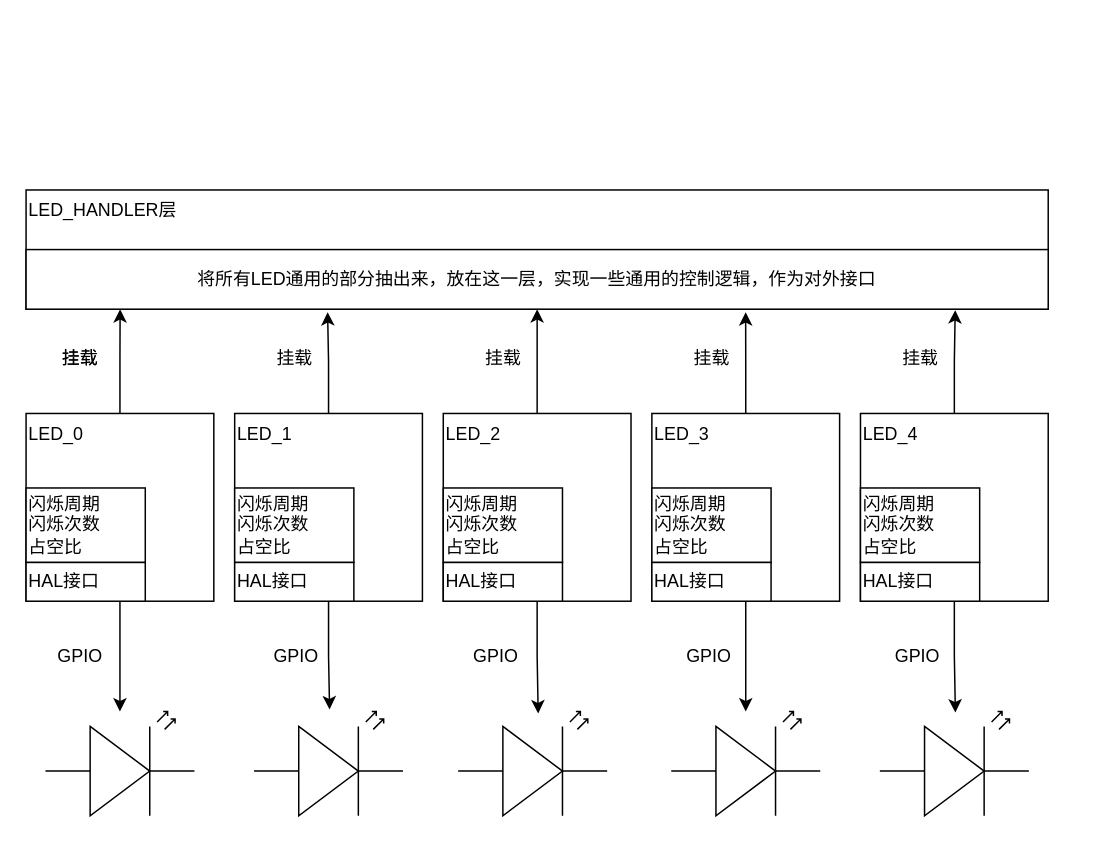
Durian-boy/MCU-RTOS_homework keeps this draw.io diagram as 01_Reference/01_Docs/LED.drawio. Above is the earlier version. Source tidied: cells renumbered, new cells numbered last; positions are measured from the earlier drawing's top-left corner, leaving out a move shared by most shapes. Both pictures are drawn from the tidied source at 149%, with x=0, y=0 at pixel (25, 189).
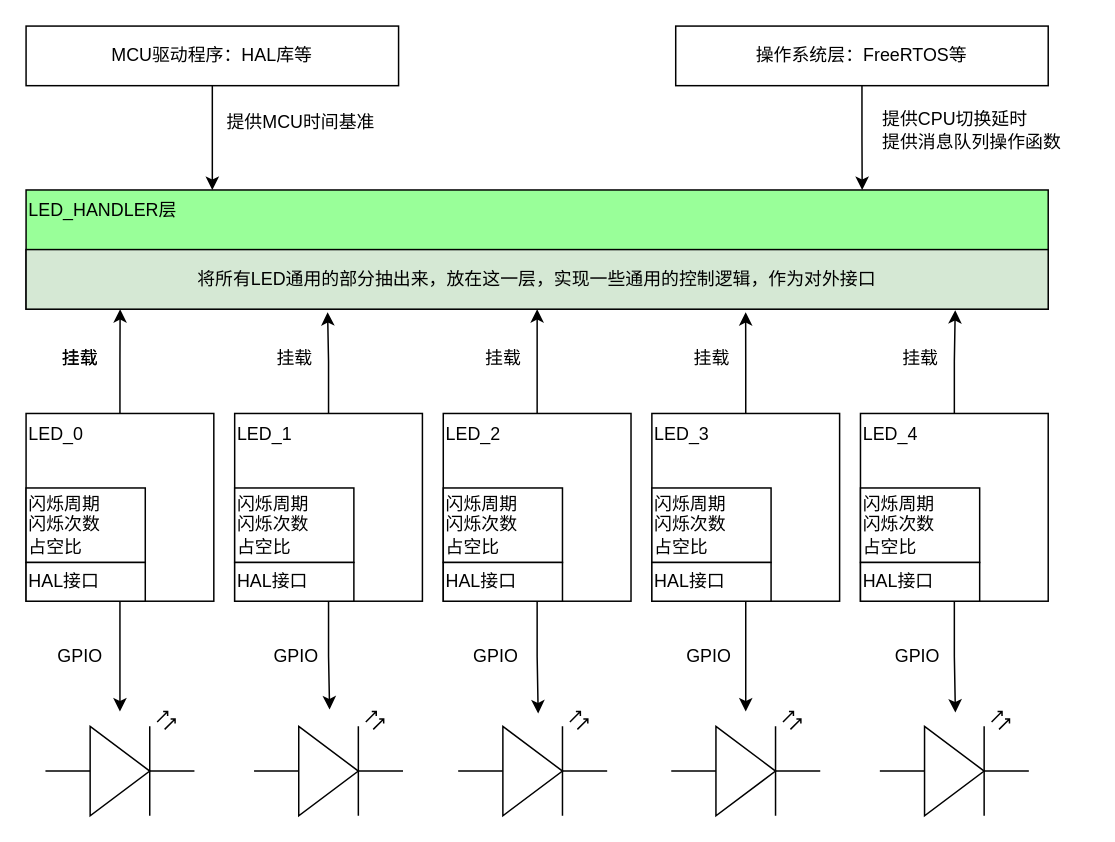
The same diagram, later.

Diff of the diagram source:
```diff
@@
-    <mxCell id="11" value="LED_HANDLER层" style="rounded=0;whiteSpace=wrap;html=1;align=left;verticalAlign=top;" parent="1" vertex="1">
+    <mxCell id="11" value="LED_HANDLER层" style="rounded=0;whiteSpace=wrap;html=1;align=left;verticalAlign=top;fillStyle=auto;fillColor=#99FF99;" parent="1" vertex="1">
       <mxGeometry width="686" height="80" as="geometry" />
     </mxCell>
@@
-    <mxCell id="13" value="将所有LED通用的部分抽出来，放在这一层，实现一些通用的控制逻辑，作为对外接口" style="rounded=0;whiteSpace=wrap;html=1;" parent="1" vertex="1">
+    <mxCell id="13" value="将所有LED通用的部分抽出来，放在这一层，实现一些通用的控制逻辑，作为对外接口" style="rounded=0;whiteSpace=wrap;html=1;fillColor=#D5E8D4;" parent="1" vertex="1">
       <mxGeometry y="40" width="686" height="40" as="geometry" />
     </mxCell>
@@
+    <mxCell id="45" value="操作系统层：FreeRTOS等" style="rounded=0;whiteSpace=wrap;html=1;" parent="1" vertex="1">
+      <mxGeometry x="436" y="-110" width="250" height="40" as="geometry" />
+    </mxCell>
+    <mxCell id="46" style="edgeStyle=orthogonalEdgeStyle;rounded=0;jettySize=auto;html=1;entryX=0.818;entryY=0;entryDx=0;entryDy=0;entryPerimeter=0;" parent="1" edge="1" source="45" target="11">
+      <mxGeometry relative="1" as="geometry" />
+    </mxCell>
+    <mxCell id="47" value="提供CPU切换延时&lt;div&gt;提供消息队列操作函数&lt;/div&gt;" style="text;html=1;align=left;verticalAlign=middle;strokeColor=none;fillColor=none;" parent="1" vertex="1">
+      <mxGeometry x="573" y="-60" width="140" height="40" as="geometry" />
+    </mxCell>
+    <mxCell id="48" value="MCU驱动程序：HAL库等" style="rounded=0;whiteSpace=wrap;html=1;" parent="1" vertex="1">
+      <mxGeometry y="-110" width="250" height="40" as="geometry" />
+    </mxCell>
+    <mxCell id="49" style="edgeStyle=orthogonalEdgeStyle;rounded=0;jettySize=auto;html=1;" parent="1" edge="1" source="48">
+      <mxGeometry relative="1" as="geometry">
+        <mxPoint x="125" as="targetPoint" />
+      </mxGeometry>
+    </mxCell>
+    <mxCell id="50" value="提供MCU时间基准" style="text;html=1;align=left;verticalAlign=middle;strokeColor=none;fillColor=none;" parent="1" vertex="1">
+      <mxGeometry x="133" y="-60" width="120" height="30" as="geometry" />
+    </mxCell>
```
